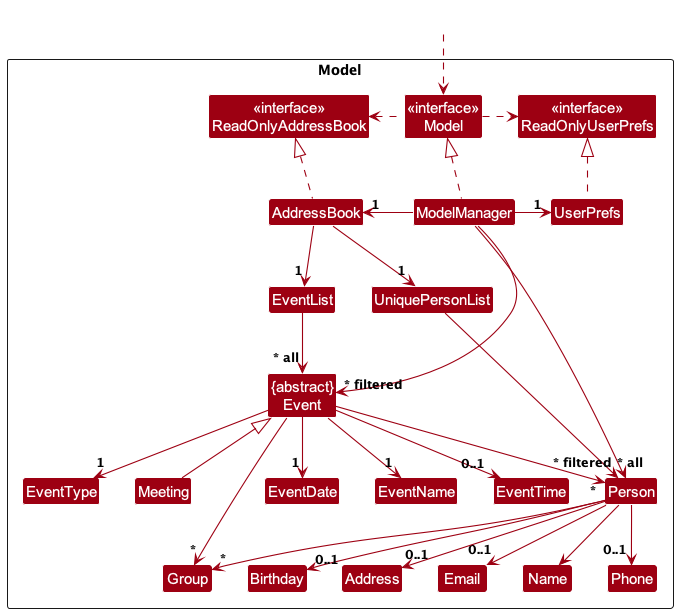
Earlier version of the PlantUML export docs/images/ModelClassDiagram.png (nus-cs2103-AY2324S1/tp).
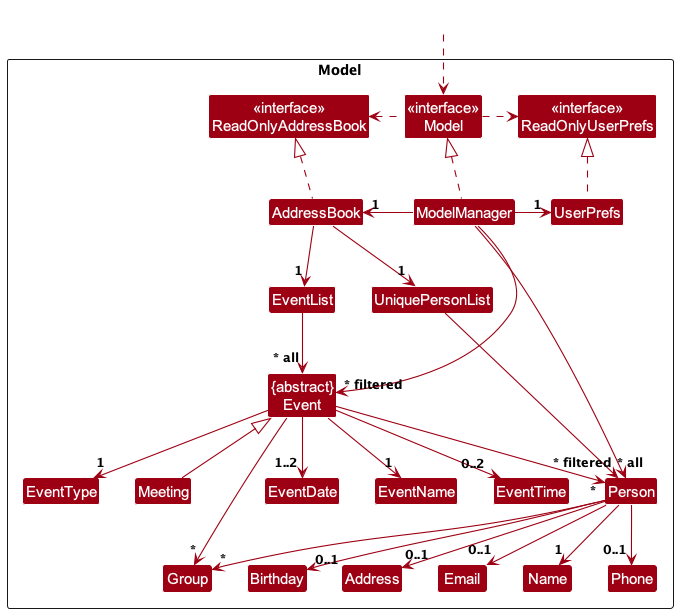
Later version of the same file.

Commit message:
Create sequence diagram for assign groups to events

Change to the diagram source:
```diff
@@ -49,16 +49,16 @@
 UniquePersonList --> "~* all" Person
 EventList --> "~* all" Event
 Event <|-- Meeting
-Person --> Name
+Person --> "1" Name
 Person --> "0..1" Phone
 Person --> "0..1" Email
 Person --> "0..1" Address
 Person --> "*" Group
 Person --> "0..1" Birthday
 Event --> "1" EventName
-Event --> "1" EventDate
+Event --> "1..2" EventDate
 Event --> "1" EventType
-Event --> "0..1" EventTime
+Event --> "0..2" EventTime
 Event --> "*" Group
 Event --> "*" Person
 
```
